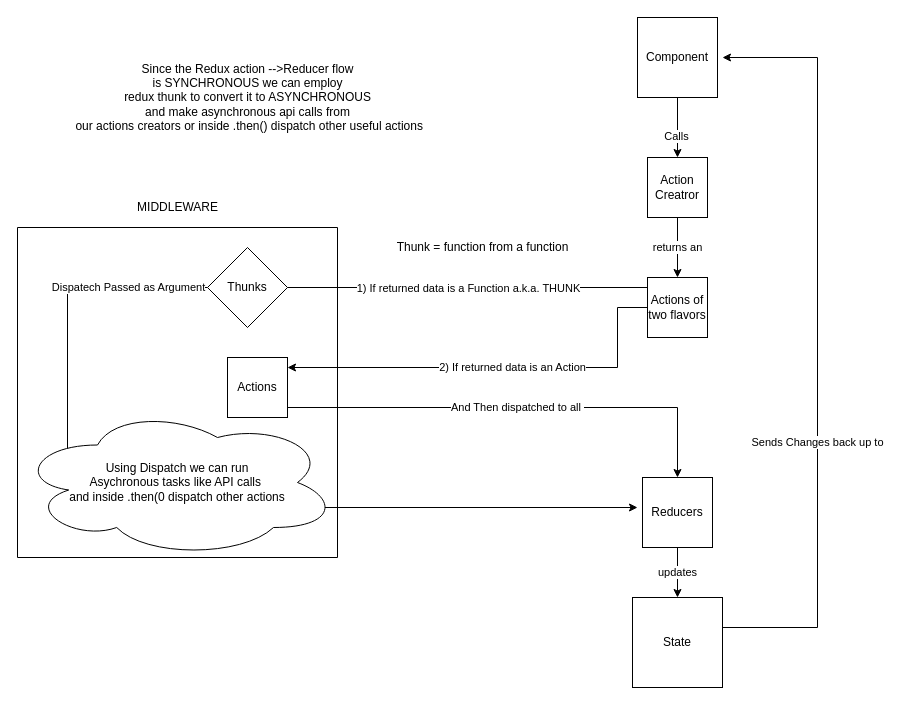
Above: app/chartMiddleware.drawio in rickmansfield/AsyncReduxProject (draw.io), before the change. Source tidied: cells renumbered, new cells numbered last; positions are measured from the earlier drawing's top-left corner, leaving out a move shared by most shapes. Both pictures are drawn from the tidied source at 100%, with x=0, y=0 at pixel (17, 17).
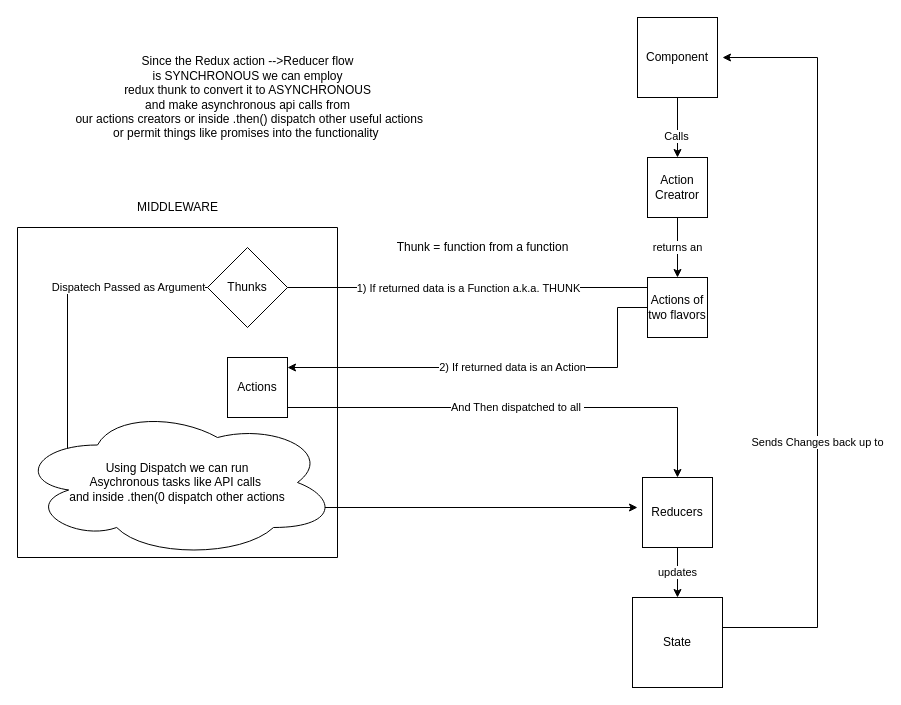
The same page after the edit.

Change to the diagram source:
```diff
@@
-    <mxCell id="20" value="Since the Redux action --&amp;gt;Reducer flow&lt;br&gt;is SYNCHRONOUS we can employ&lt;br&gt;redux thunk to convert it to ASYNCHRONOUS&lt;br&gt;and make asynchronous api calls from&lt;br&gt;&amp;nbsp;our actions creators or inside .then() dispatch other useful actions" style="text;html=1;align=center;verticalAlign=middle;strokeColor=none;" parent="1" vertex="1">
-      <mxGeometry x="45" y="40" width="370" height="80" as="geometry" />
+    <mxCell id="20" value="Since the Redux action --&amp;gt;Reducer flow&lt;br&gt;is SYNCHRONOUS we can employ&lt;br&gt;redux thunk to convert it to ASYNCHRONOUS&lt;br&gt;and make asynchronous api calls from&lt;br&gt;&amp;nbsp;our actions creators or inside .then() dispatch other useful actions&lt;br&gt;or permit things like promises into the functionality&amp;nbsp;" style="text;html=1;align=center;verticalAlign=middle;strokeColor=none;" parent="1" vertex="1">
+      <mxGeometry x="45" y="35" width="370" height="90" as="geometry" />
     </mxCell>
```
